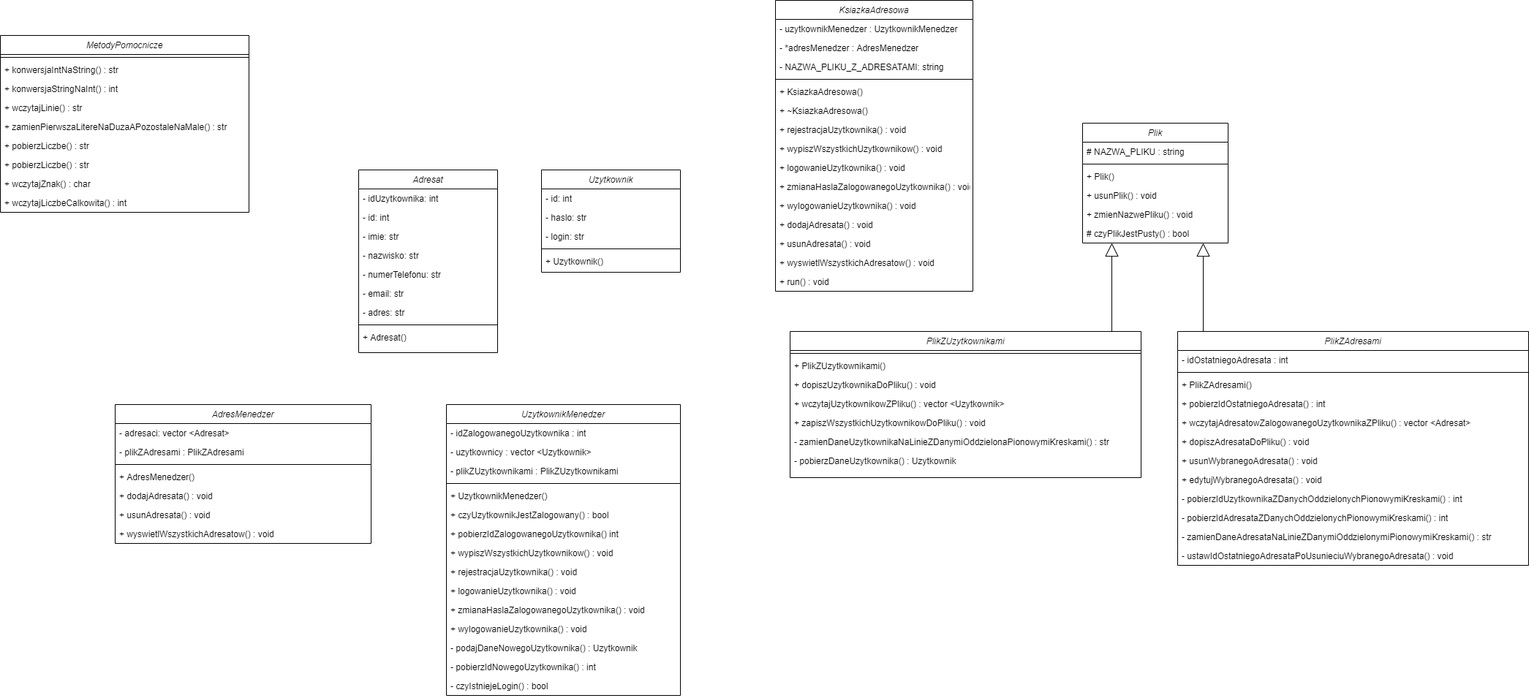
MichalWilczek/address-book-FutureProgrammer keeps this draw.io diagram as documentation/address-book-uml.png. Above is the earlier version. Source tidied: cells renumbered, new cells last; positions are measured from the earlier drawing's top-left corner, leaving out a move shared by most shapes.
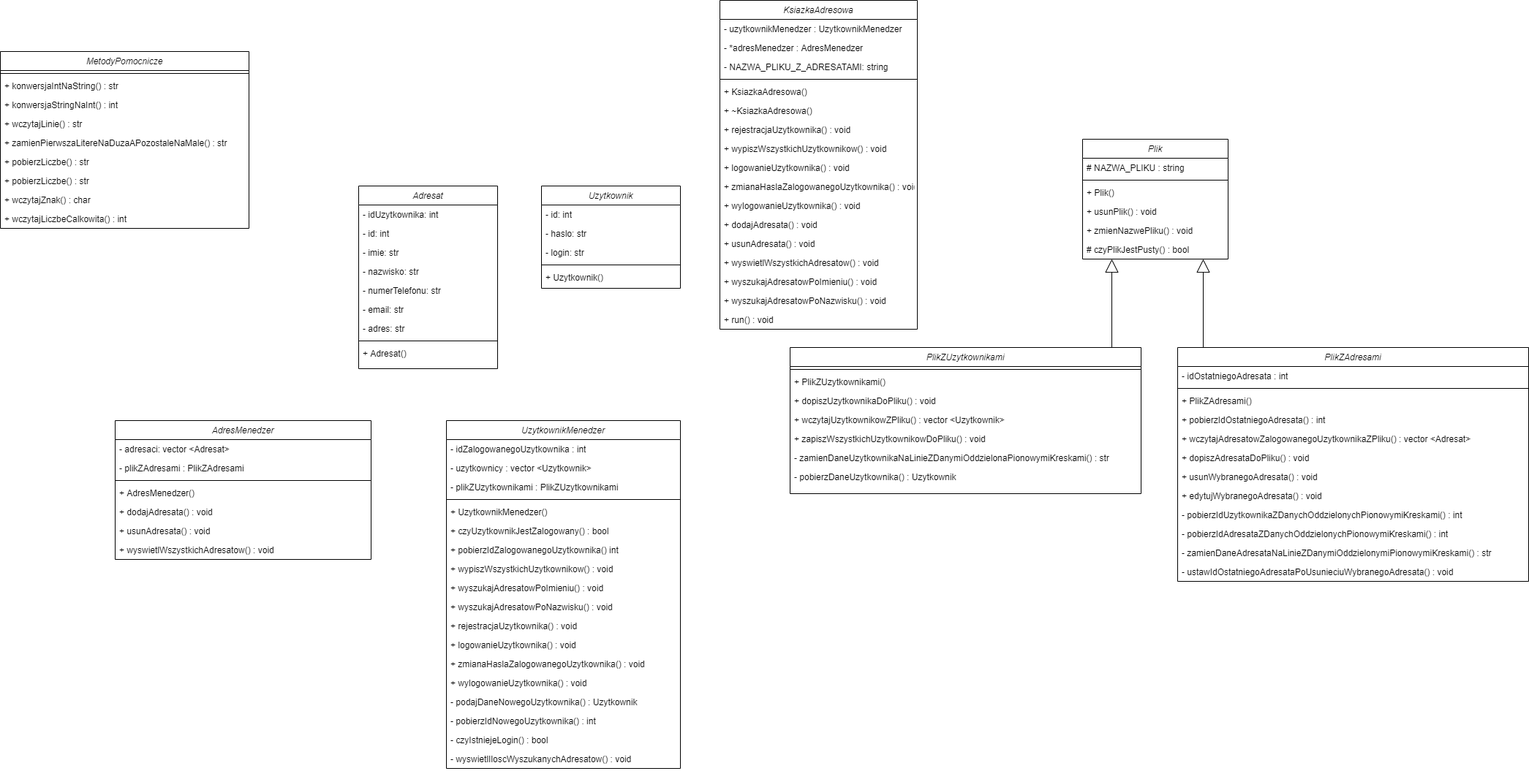
After the change.

The edit, as a diff of the source:
```diff
@@ -3,7 +3,7 @@
     <mxCell id="0" />
     <mxCell id="1" parent="0" />
     <mxCell id="2" value="UzytkownikMenedzer" style="swimlane;fontStyle=2;align=center;verticalAlign=top;horizontal=1;startSize=26;rounded=0;shadow=0;strokeWidth=1;" parent="1" vertex="1">
-      <mxGeometry x="610" y="553" width="320" height="398" as="geometry" />
+      <mxGeometry x="610" y="553" width="320" height="476" as="geometry" />
     </mxCell>
     <mxCell id="3" value="- idZalogowanegoUzytkownika : int" style="text;align=left;verticalAlign=top;spacingLeft=4;spacingRight=4;overflow=hidden;" parent="2" vertex="1">
       <mxGeometry y="26" width="320" height="26" as="geometry" />
@@ -29,26 +29,35 @@
     <mxCell id="10" value="+ wypiszWszystkichUzytkownikow() : void" style="text;align=left;verticalAlign=top;spacingLeft=4;spacingRight=4;overflow=hidden;" parent="2" vertex="1">
       <mxGeometry y="190" width="320" height="26" as="geometry" />
     </mxCell>
+    <mxCell id="98" value="+ wyszukajAdresatowPoImieniu() : void" style="text;align=left;verticalAlign=top;spacingLeft=4;spacingRight=4;overflow=hidden;" parent="2" vertex="1">
+      <mxGeometry y="216" width="320" height="26" as="geometry" />
+    </mxCell>
+    <mxCell id="99" value="+ wyszukajAdresatowPoNazwisku() : void" style="text;align=left;verticalAlign=top;spacingLeft=4;spacingRight=4;overflow=hidden;" parent="2" vertex="1">
+      <mxGeometry y="242" width="320" height="26" as="geometry" />
+    </mxCell>
     <mxCell id="11" value="+ rejestracjaUzytkownika() : void" style="text;align=left;verticalAlign=top;spacingLeft=4;spacingRight=4;overflow=hidden;" parent="2" vertex="1">
-      <mxGeometry y="216" width="320" height="26" as="geometry" />
+      <mxGeometry y="268" width="320" height="26" as="geometry" />
     </mxCell>
     <mxCell id="12" value="+ logowanieUzytkownika() : void" style="text;align=left;verticalAlign=top;spacingLeft=4;spacingRight=4;overflow=hidden;" parent="2" vertex="1">
-      <mxGeometry y="242" width="320" height="26" as="geometry" />
+      <mxGeometry y="294" width="320" height="26" as="geometry" />
     </mxCell>
     <mxCell id="13" value="+ zmianaHaslaZalogowanegoUzytkownika() : void" style="text;align=left;verticalAlign=top;spacingLeft=4;spacingRight=4;overflow=hidden;" parent="2" vertex="1">
-      <mxGeometry y="268" width="320" height="26" as="geometry" />
+      <mxGeometry y="320" width="320" height="26" as="geometry" />
     </mxCell>
     <mxCell id="14" value="+ wylogowanieUzytkownika() : void" style="text;align=left;verticalAlign=top;spacingLeft=4;spacingRight=4;overflow=hidden;" parent="2" vertex="1">
-      <mxGeometry y="294" width="320" height="26" as="geometry" />
+      <mxGeometry y="346" width="320" height="26" as="geometry" />
     </mxCell>
     <mxCell id="15" value="- podajDaneNowegoUzytkownika() : Uzytkownik" style="text;align=left;verticalAlign=top;spacingLeft=4;spacingRight=4;overflow=hidden;" parent="2" vertex="1">
-      <mxGeometry y="320" width="320" height="26" as="geometry" />
+      <mxGeometry y="372" width="320" height="26" as="geometry" />
     </mxCell>
     <mxCell id="16" value="- pobierzIdNowegoUzytkownika() : int" style="text;align=left;verticalAlign=top;spacingLeft=4;spacingRight=4;overflow=hidden;" parent="2" vertex="1">
-      <mxGeometry y="346" width="320" height="26" as="geometry" />
+      <mxGeometry y="398" width="320" height="26" as="geometry" />
     </mxCell>
+    <mxCell id="100" value="- czyIstniejeLogin() : bool" style="text;align=left;verticalAlign=top;spacingLeft=4;spacingRight=4;overflow=hidden;" parent="2" vertex="1">
+      <mxGeometry y="424" width="320" height="26" as="geometry" />
+    </mxCell>
-    <mxCell id="17" value="- czyIstniejeLogin() : bool" style="text;align=left;verticalAlign=top;spacingLeft=4;spacingRight=4;overflow=hidden;" parent="2" vertex="1">
-      <mxGeometry y="372" width="320" height="26" as="geometry" />
+    <mxCell id="17" value="- wyswietlIloscWyszukanychAdresatow() : void" style="text;align=left;verticalAlign=top;spacingLeft=4;spacingRight=4;overflow=hidden;" parent="2" vertex="1">
+      <mxGeometry y="450" width="320" height="26" as="geometry" />
     </mxCell>
     <mxCell id="18" value="Plik" style="swimlane;fontStyle=2;align=center;verticalAlign=top;horizontal=1;startSize=26;rounded=0;shadow=0;strokeWidth=1;" parent="1" vertex="1">
       <mxGeometry x="1480" y="168" width="199" height="164" as="geometry" />
@@ -195,7 +204,7 @@
       <mxGeometry y="164" width="350" height="26" as="geometry" />
     </mxCell>
     <mxCell id="66" value="KsiazkaAdresowa" style="swimlane;fontStyle=2;align=center;verticalAlign=top;horizontal=1;startSize=26;rounded=0;shadow=0;strokeWidth=1;" parent="1" vertex="1">
-      <mxGeometry x="1060" width="270" height="398" as="geometry" />
+      <mxGeometry x="984" y="-22" width="270" height="450" as="geometry" />
     </mxCell>
     <mxCell id="67" value="- uzytkownikMenedzer : UzytkownikMenedzer" style="text;align=left;verticalAlign=top;spacingLeft=4;spacingRight=4;overflow=hidden;rounded=0;shadow=0;html=0;" parent="66" vertex="1">
       <mxGeometry y="26" width="270" height="26" as="geometry" />
@@ -236,11 +245,17 @@
     <mxCell id="79" value="+ usunAdresata() : void" style="text;align=left;verticalAlign=top;spacingLeft=4;spacingRight=4;overflow=hidden;" parent="66" vertex="1">
       <mxGeometry y="320" width="270" height="26" as="geometry" />
     </mxCell>
+    <mxCell id="101" value="+ wyswietlWszystkichAdresatow() : void" style="text;align=left;verticalAlign=top;spacingLeft=4;spacingRight=4;overflow=hidden;" parent="66" vertex="1">
+      <mxGeometry y="346" width="270" height="26" as="geometry" />
+    </mxCell>
+    <mxCell id="102" value="+ wyszukajAdresatowPoImieniu() : void" style="text;align=left;verticalAlign=top;spacingLeft=4;spacingRight=4;overflow=hidden;" parent="66" vertex="1">
+      <mxGeometry y="372" width="270" height="26" as="geometry" />
+    </mxCell>
-    <mxCell id="80" value="+ wyswietlWszystkichAdresatow() : void" style="text;align=left;verticalAlign=top;spacingLeft=4;spacingRight=4;overflow=hidden;" parent="66" vertex="1">
-      <mxGeometry y="346" width="270" height="26" as="geometry" />
+    <mxCell id="80" value="+ wyszukajAdresatowPoNazwisku() : void" style="text;align=left;verticalAlign=top;spacingLeft=4;spacingRight=4;overflow=hidden;" parent="66" vertex="1">
+      <mxGeometry y="398" width="270" height="26" as="geometry" />
     </mxCell>
     <mxCell id="81" value="+ run() : void" style="text;align=left;verticalAlign=top;spacingLeft=4;spacingRight=4;overflow=hidden;" parent="66" vertex="1">
-      <mxGeometry y="372" width="270" height="26" as="geometry" />
+      <mxGeometry y="424" width="270" height="26" as="geometry" />
     </mxCell>
     <mxCell id="82" value="Adresat" style="swimlane;fontStyle=2;align=center;verticalAlign=top;horizontal=1;startSize=26;rounded=0;shadow=0;strokeWidth=1;" parent="1" vertex="1">
       <mxGeometry x="490" y="232" width="190" height="250" as="geometry" />
```
